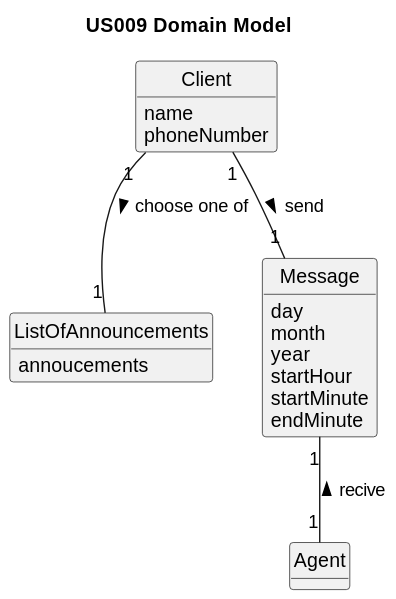
The PlantUML diagram docs/sprintD/us009/02.analysis/svg/us009-domain-model-US009_Domain_Model.svg in 1220812/LAPR2, before a commit.
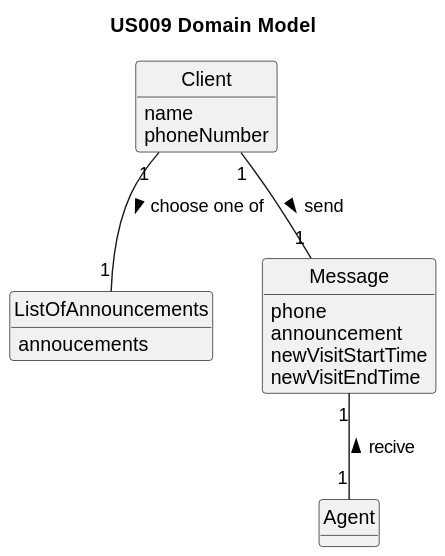
After the commit.

Commit message:
US009 domain model

The edit, as a diff of the source:
```diff
@@ -14,6 +14,7 @@
 phoneNumber
 }
 
+
 class ListOfAnnouncements{
 annoucements
 }
@@ -23,12 +24,10 @@
 }
 
 class Message{
-day
-month
-year
-startHour
-startMinute
-endMinute
+ phone
+ announcement
+ newVisitStartTime
+ newVisitEndTime
 }
 
 
```
